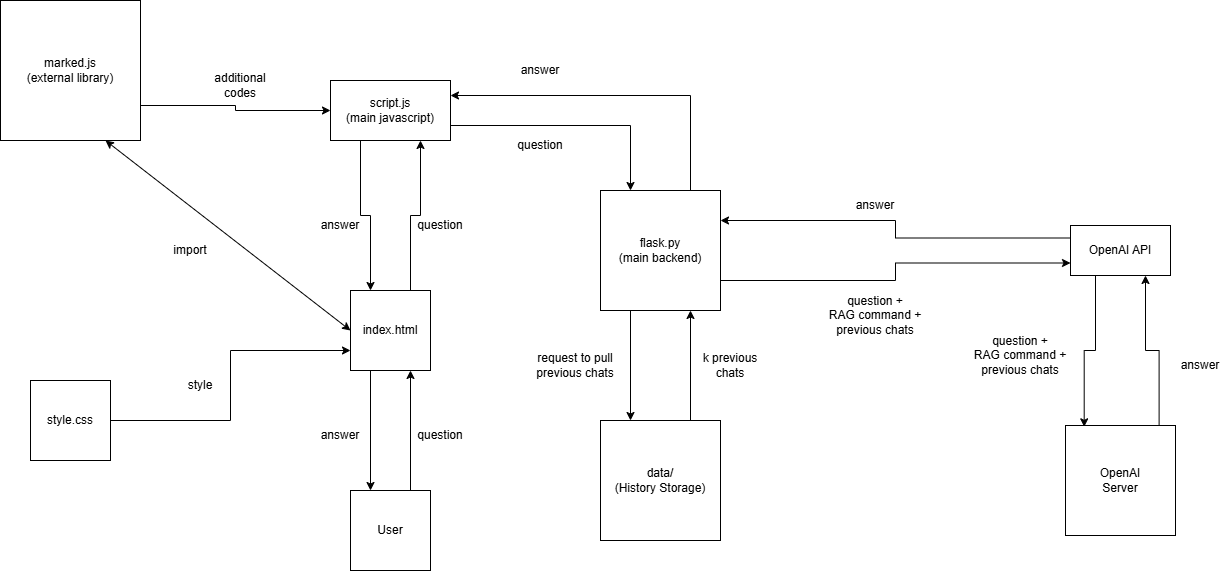
OmerTurk1/MyChatBot keeps this draw.io diagram as MyChatBot.drawio.png. Above is the earlier version. Source tidied: cells renumbered, new cells last; positions are measured from the earlier drawing's top-left corner, leaving out a move shared by most shapes. Its diagram source:
```xml
<mxGraphModel>
  <root>
    <mxCell id="0" />
    <mxCell id="1" parent="0" />
    <mxCell id="2" style="edgeStyle=orthogonalEdgeStyle;rounded=0;jettySize=auto;html=1;entryX=0.75;entryY=1;entryDx=0;entryDy=0;" parent="1" edge="1" target="19">
      <mxGeometry relative="1" as="geometry">
        <mxPoint x="410" y="290" as="sourcePoint" />
      </mxGeometry>
    </mxCell>
    <mxCell id="3" style="edgeStyle=orthogonalEdgeStyle;rounded=0;jettySize=auto;html=1;exitX=0.25;exitY=1;exitDx=0;exitDy=0;entryX=0.25;entryY=0;entryDx=0;entryDy=0;" parent="1" edge="1" source="4" target="26">
      <mxGeometry relative="1" as="geometry" />
    </mxCell>
    <mxCell id="4" value="index.html" style="whiteSpace=wrap;html=1;" parent="1" vertex="1">
      <mxGeometry x="350" y="290" width="80" height="80" as="geometry" />
    </mxCell>
    <mxCell id="5" style="edgeStyle=orthogonalEdgeStyle;rounded=0;jettySize=auto;html=1;entryX=0;entryY=0.75;entryDx=0;entryDy=0;" parent="1" edge="1" source="6" target="4">
      <mxGeometry relative="1" as="geometry" />
    </mxCell>
    <mxCell id="6" value="style.css" style="whiteSpace=wrap;html=1;" parent="1" vertex="1">
      <mxGeometry x="30" y="380" width="80" height="80" as="geometry" />
    </mxCell>
    <mxCell id="7" value="style" style="text;html=1;whiteSpace=wrap;strokeColor=none;fillColor=none;align=center;verticalAlign=middle;rounded=0;" parent="1" vertex="1">
      <mxGeometry x="170" y="370" width="60" height="30" as="geometry" />
    </mxCell>
    <mxCell id="8" value="question" style="text;html=1;whiteSpace=wrap;strokeColor=none;fillColor=none;align=center;verticalAlign=middle;rounded=0;" parent="1" vertex="1">
      <mxGeometry x="410" y="210" width="60" height="30" as="geometry" />
    </mxCell>
    <mxCell id="9" style="edgeStyle=orthogonalEdgeStyle;rounded=0;jettySize=auto;html=1;exitX=1;exitY=0.75;exitDx=0;exitDy=0;entryX=0;entryY=0.5;entryDx=0;entryDy=0;" parent="1" edge="1" source="10" target="19">
      <mxGeometry relative="1" as="geometry" />
    </mxCell>
    <mxCell id="10" value="marked.js&lt;div&gt;(external library)&lt;/div&gt;" style="whiteSpace=wrap;html=1;" parent="1" vertex="1">
      <mxGeometry width="140" height="140" as="geometry" />
    </mxCell>
    <mxCell id="11" style="edgeStyle=orthogonalEdgeStyle;rounded=0;jettySize=auto;html=1;exitX=0.75;exitY=0;exitDx=0;exitDy=0;entryX=1;entryY=0.25;entryDx=0;entryDy=0;" parent="1" edge="1" source="14" target="19">
      <mxGeometry relative="1" as="geometry" />
    </mxCell>
    <mxCell id="12" style="edgeStyle=orthogonalEdgeStyle;rounded=0;jettySize=auto;html=1;exitX=1;exitY=0.75;exitDx=0;exitDy=0;entryX=0;entryY=0.75;entryDx=0;entryDy=0;" parent="1" edge="1" source="14" target="33">
      <mxGeometry relative="1" as="geometry" />
    </mxCell>
    <mxCell id="13" style="edgeStyle=orthogonalEdgeStyle;rounded=0;jettySize=auto;html=1;exitX=0.25;exitY=1;exitDx=0;exitDy=0;entryX=0.25;entryY=0;entryDx=0;entryDy=0;" parent="1" edge="1" source="14" target="36">
      <mxGeometry relative="1" as="geometry" />
    </mxCell>
    <mxCell id="14" value="flask.py&lt;div&gt;(main backend)&lt;/div&gt;" style="whiteSpace=wrap;html=1;" parent="1" vertex="1">
      <mxGeometry x="600" y="190" width="120" height="120" as="geometry" />
    </mxCell>
    <mxCell id="15" style="edgeStyle=orthogonalEdgeStyle;rounded=0;jettySize=auto;html=1;exitX=0.25;exitY=1;exitDx=0;exitDy=0;entryX=0.17;entryY=0.012;entryDx=0;entryDy=0;entryPerimeter=0;" parent="1" edge="1" source="33" target="30">
      <mxGeometry relative="1" as="geometry" />
    </mxCell>
    <mxCell id="16" value="question" style="text;html=1;whiteSpace=wrap;strokeColor=none;fillColor=none;align=center;verticalAlign=middle;rounded=0;" parent="1" vertex="1">
      <mxGeometry x="510" y="130" width="60" height="30" as="geometry" />
    </mxCell>
    <mxCell id="17" style="edgeStyle=orthogonalEdgeStyle;rounded=0;jettySize=auto;html=1;entryX=0.25;entryY=0;entryDx=0;entryDy=0;exitX=1;exitY=0.75;exitDx=0;exitDy=0;" parent="1" edge="1" source="19" target="14">
      <mxGeometry relative="1" as="geometry" />
    </mxCell>
    <mxCell id="18" style="edgeStyle=orthogonalEdgeStyle;rounded=0;jettySize=auto;html=1;exitX=0.25;exitY=1;exitDx=0;exitDy=0;entryX=0.25;entryY=0;entryDx=0;entryDy=0;" parent="1" edge="1" source="19" target="4">
      <mxGeometry relative="1" as="geometry" />
    </mxCell>
    <mxCell id="19" value="script.js&lt;div&gt;(main javascript)&lt;/div&gt;" style="rounded=0;whiteSpace=wrap;html=1;" parent="1" vertex="1">
      <mxGeometry x="330" y="80" width="120" height="60" as="geometry" />
    </mxCell>
    <mxCell id="20" value="additional&lt;div&gt;codes&lt;/div&gt;" style="text;html=1;whiteSpace=wrap;strokeColor=none;fillColor=none;align=center;verticalAlign=middle;rounded=0;" parent="1" vertex="1">
      <mxGeometry x="210" y="70" width="60" height="30" as="geometry" />
    </mxCell>
    <mxCell id="21" value="question&amp;nbsp;&lt;span style=&quot;background-color: transparent; color: light-dark(rgb(0, 0, 0), rgb(255, 255, 255));&quot;&gt;+&lt;/span&gt;&lt;div&gt;&lt;span style=&quot;background-color: transparent; color: light-dark(rgb(0, 0, 0), rgb(255, 255, 255));&quot;&gt;RAG command&amp;nbsp;&lt;/span&gt;&lt;span style=&quot;background-color: transparent; color: light-dark(rgb(0, 0, 0), rgb(255, 255, 255));&quot;&gt;+&lt;/span&gt;&lt;div&gt;previous chats&lt;/div&gt;&lt;/div&gt;" style="text;html=1;whiteSpace=wrap;strokeColor=none;fillColor=none;align=center;verticalAlign=middle;rounded=0;" parent="1" vertex="1">
      <mxGeometry x="810" y="300" width="130" height="30" as="geometry" />
    </mxCell>
    <mxCell id="22" value="answer" style="text;html=1;whiteSpace=wrap;strokeColor=none;fillColor=none;align=center;verticalAlign=middle;rounded=0;" parent="1" vertex="1">
      <mxGeometry x="845" y="190" width="60" height="30" as="geometry" />
    </mxCell>
    <mxCell id="23" value="answer" style="text;html=1;whiteSpace=wrap;strokeColor=none;fillColor=none;align=center;verticalAlign=middle;rounded=0;" parent="1" vertex="1">
      <mxGeometry x="510" y="55" width="60" height="30" as="geometry" />
    </mxCell>
    <mxCell id="24" value="answer" style="text;html=1;whiteSpace=wrap;strokeColor=none;fillColor=none;align=center;verticalAlign=middle;rounded=0;" parent="1" vertex="1">
      <mxGeometry x="310" y="210" width="60" height="30" as="geometry" />
    </mxCell>
    <mxCell id="25" style="edgeStyle=orthogonalEdgeStyle;rounded=0;jettySize=auto;html=1;exitX=0.75;exitY=0;exitDx=0;exitDy=0;entryX=0.75;entryY=1;entryDx=0;entryDy=0;" parent="1" edge="1" source="26" target="4">
      <mxGeometry relative="1" as="geometry" />
    </mxCell>
    <mxCell id="26" value="User" style="whiteSpace=wrap;html=1;" parent="1" vertex="1">
      <mxGeometry x="350" y="490" width="80" height="80" as="geometry" />
    </mxCell>
    <mxCell id="27" value="question" style="text;html=1;whiteSpace=wrap;strokeColor=none;fillColor=none;align=center;verticalAlign=middle;rounded=0;" parent="1" vertex="1">
      <mxGeometry x="410" y="420" width="60" height="30" as="geometry" />
    </mxCell>
    <mxCell id="28" value="answer" style="text;html=1;whiteSpace=wrap;strokeColor=none;fillColor=none;align=center;verticalAlign=middle;rounded=0;" parent="1" vertex="1">
      <mxGeometry x="310" y="420" width="60" height="30" as="geometry" />
    </mxCell>
    <mxCell id="29" style="edgeStyle=orthogonalEdgeStyle;rounded=0;jettySize=auto;html=1;exitX=0.851;exitY=0.035;exitDx=0;exitDy=0;entryX=0.75;entryY=1;entryDx=0;entryDy=0;exitPerimeter=0;" parent="1" edge="1" source="30" target="33">
      <mxGeometry relative="1" as="geometry" />
    </mxCell>
    <mxCell id="30" value="OpenAI&lt;div&gt;Server&lt;/div&gt;" style="whiteSpace=wrap;html=1;" parent="1" vertex="1">
      <mxGeometry x="1065" y="425" width="110" height="110" as="geometry" />
    </mxCell>
    <mxCell id="31" value="answer" style="text;html=1;whiteSpace=wrap;strokeColor=none;fillColor=none;align=center;verticalAlign=middle;rounded=0;" parent="1" vertex="1">
      <mxGeometry x="1170" y="350" width="60" height="30" as="geometry" />
    </mxCell>
    <mxCell id="32" style="edgeStyle=orthogonalEdgeStyle;rounded=0;jettySize=auto;html=1;exitX=0;exitY=0.25;exitDx=0;exitDy=0;entryX=1;entryY=0.25;entryDx=0;entryDy=0;" parent="1" edge="1" source="33" target="14">
      <mxGeometry relative="1" as="geometry" />
    </mxCell>
    <mxCell id="33" value="OpenAI API" style="rounded=0;whiteSpace=wrap;html=1;" parent="1" vertex="1">
      <mxGeometry x="1070" y="225" width="100" height="50" as="geometry" />
    </mxCell>
    <mxCell id="34" value="import" style="text;html=1;whiteSpace=wrap;strokeColor=none;fillColor=none;align=center;verticalAlign=middle;rounded=0;" parent="1" vertex="1">
      <mxGeometry x="160" y="235" width="60" height="30" as="geometry" />
    </mxCell>
    <mxCell id="35" style="edgeStyle=orthogonalEdgeStyle;rounded=0;jettySize=auto;html=1;exitX=0.75;exitY=0;exitDx=0;exitDy=0;entryX=0.75;entryY=1;entryDx=0;entryDy=0;" parent="1" edge="1" source="36" target="14">
      <mxGeometry relative="1" as="geometry" />
    </mxCell>
    <mxCell id="36" value="data/&lt;div&gt;(History Storage)&lt;/div&gt;" style="whiteSpace=wrap;html=1;" parent="1" vertex="1">
      <mxGeometry x="600" y="420" width="120" height="120" as="geometry" />
    </mxCell>
    <mxCell id="37" value="request to pull previous chats" style="text;html=1;whiteSpace=wrap;strokeColor=none;fillColor=none;align=center;verticalAlign=middle;rounded=0;" parent="1" vertex="1">
      <mxGeometry x="530" y="350" width="90" height="30" as="geometry" />
    </mxCell>
    <mxCell id="38" value="k previous chats" style="text;html=1;whiteSpace=wrap;strokeColor=none;fillColor=none;align=center;verticalAlign=middle;rounded=0;" parent="1" vertex="1">
      <mxGeometry x="700" y="350" width="60" height="30" as="geometry" />
    </mxCell>
    <mxCell id="39" value="question&amp;nbsp;&lt;span style=&quot;background-color: transparent; color: light-dark(rgb(0, 0, 0), rgb(255, 255, 255));&quot;&gt;+&lt;/span&gt;&lt;div&gt;&lt;span style=&quot;background-color: transparent; color: light-dark(rgb(0, 0, 0), rgb(255, 255, 255));&quot;&gt;RAG command&amp;nbsp;&lt;/span&gt;&lt;span style=&quot;background-color: transparent; color: light-dark(rgb(0, 0, 0), rgb(255, 255, 255));&quot;&gt;+&lt;/span&gt;&lt;div&gt;previous chats&lt;/div&gt;&lt;/div&gt;" style="text;html=1;whiteSpace=wrap;strokeColor=none;fillColor=none;align=center;verticalAlign=middle;rounded=0;" parent="1" vertex="1">
      <mxGeometry x="955" y="340" width="130" height="30" as="geometry" />
    </mxCell>
    <mxCell id="40" style="endArrow=classic;startArrow=classic;html=1;rounded=0;exitX=0.75;exitY=1;exitDx=0;exitDy=0;entryX=0;entryY=0.5;entryDx=0;entryDy=0;" parent="1" edge="1" source="10" target="4">
      <mxGeometry relative="1" as="geometry" />
    </mxCell>
  </root>
</mxGraphModel>
```
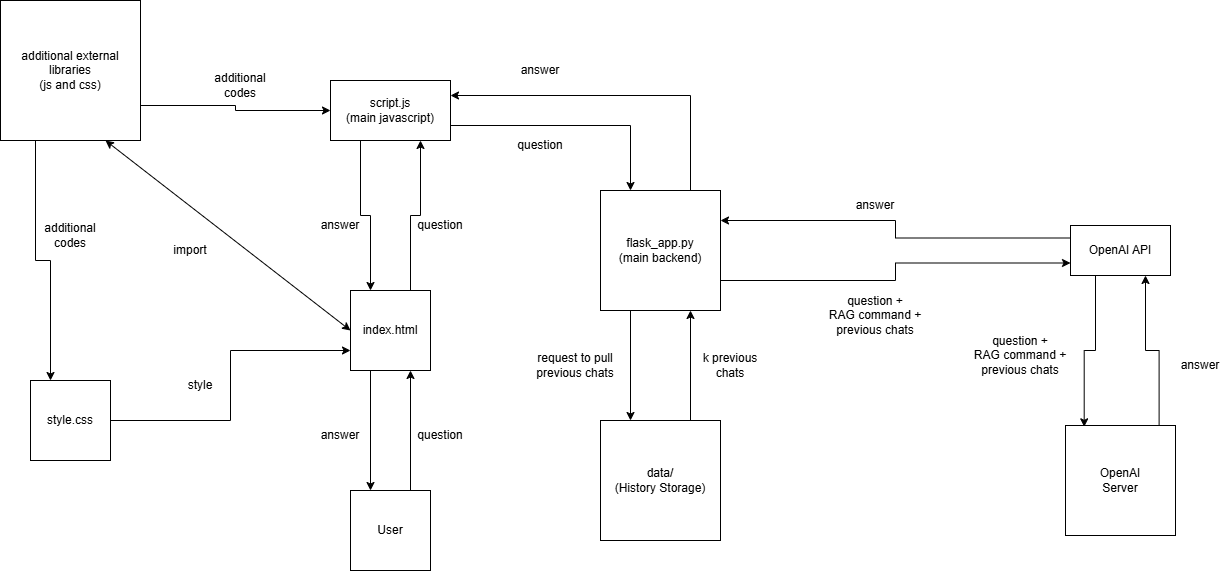
The same file after the commit.

Diff of the diagram source:
```diff
@@ -28,7 +28,10 @@
     <mxCell id="9" style="edgeStyle=orthogonalEdgeStyle;rounded=0;jettySize=auto;html=1;exitX=1;exitY=0.75;exitDx=0;exitDy=0;entryX=0;entryY=0.5;entryDx=0;entryDy=0;" parent="1" edge="1" source="10" target="19">
       <mxGeometry relative="1" as="geometry" />
     </mxCell>
+    <mxCell id="41" style="edgeStyle=orthogonalEdgeStyle;rounded=0;jettySize=auto;html=1;exitX=0.25;exitY=1;exitDx=0;exitDy=0;entryX=0.25;entryY=0;entryDx=0;entryDy=0;" parent="1" edge="1" source="10" target="6">
+      <mxGeometry relative="1" as="geometry" />
+    </mxCell>
-    <mxCell id="10" value="marked.js&lt;div&gt;(external library)&lt;/div&gt;" style="whiteSpace=wrap;html=1;" parent="1" vertex="1">
+    <mxCell id="10" value="additional external libraries&lt;div&gt;(js and css)&lt;/div&gt;" style="whiteSpace=wrap;html=1;" parent="1" vertex="1">
       <mxGeometry width="140" height="140" as="geometry" />
     </mxCell>
     <mxCell id="11" style="edgeStyle=orthogonalEdgeStyle;rounded=0;jettySize=auto;html=1;exitX=0.75;exitY=0;exitDx=0;exitDy=0;entryX=1;entryY=0.25;entryDx=0;entryDy=0;" parent="1" edge="1" source="14" target="19">
@@ -40,7 +43,7 @@
     <mxCell id="13" style="edgeStyle=orthogonalEdgeStyle;rounded=0;jettySize=auto;html=1;exitX=0.25;exitY=1;exitDx=0;exitDy=0;entryX=0.25;entryY=0;entryDx=0;entryDy=0;" parent="1" edge="1" source="14" target="36">
       <mxGeometry relative="1" as="geometry" />
     </mxCell>
-    <mxCell id="14" value="flask.py&lt;div&gt;(main backend)&lt;/div&gt;" style="whiteSpace=wrap;html=1;" parent="1" vertex="1">
+    <mxCell id="14" value="flask_app.py&lt;div&gt;(main backend)&lt;/div&gt;" style="whiteSpace=wrap;html=1;" parent="1" vertex="1">
       <mxGeometry x="600" y="190" width="120" height="120" as="geometry" />
     </mxCell>
     <mxCell id="15" style="edgeStyle=orthogonalEdgeStyle;rounded=0;jettySize=auto;html=1;exitX=0.25;exitY=1;exitDx=0;exitDy=0;entryX=0.17;entryY=0.012;entryDx=0;entryDy=0;entryPerimeter=0;" parent="1" edge="1" source="33" target="30">
@@ -121,5 +124,8 @@
     <mxCell id="40" style="endArrow=classic;startArrow=classic;html=1;rounded=0;exitX=0.75;exitY=1;exitDx=0;exitDy=0;entryX=0;entryY=0.5;entryDx=0;entryDy=0;" parent="1" edge="1" source="10" target="4">
       <mxGeometry relative="1" as="geometry" />
     </mxCell>
+    <mxCell id="42" value="additional&lt;div&gt;codes&lt;/div&gt;" style="text;html=1;whiteSpace=wrap;strokeColor=none;fillColor=none;align=center;verticalAlign=middle;rounded=0;" parent="1" vertex="1">
+      <mxGeometry x="40" y="220" width="60" height="30" as="geometry" />
+    </mxCell>
   </root>
 </mxGraphModel>
```
